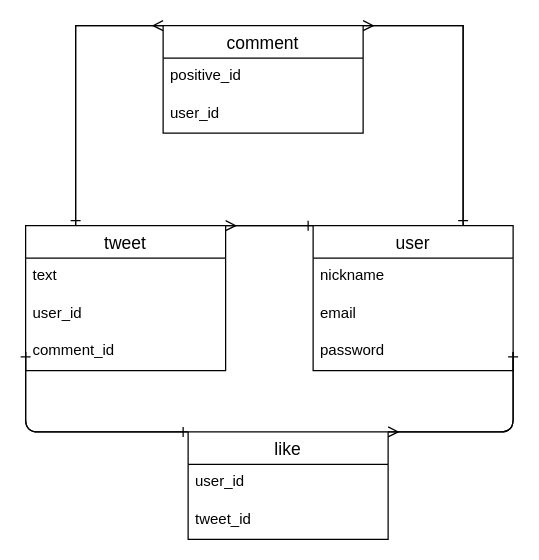
This is table.dio from oraiber/oriapp, a draw.io file, before an edit. Source tidied: cells renumbered, new cells numbered last; positions are measured from the earlier drawing's top-left corner, leaving out a move shared by most shapes. Both pictures are drawn from the tidied source at 125%, with x=0, y=0 at pixel (25, 25).
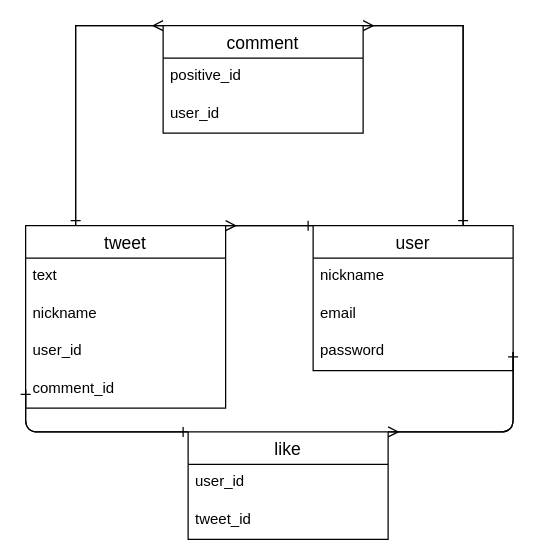
After the change.

Diff of the diagram source:
```diff
@@
     <mxCell id="8" value="tweet" style="swimlane;fontStyle=0;horizontal=1;startSize=26;align=center;fontSize=14;" parent="1" vertex="1">
-      <mxGeometry y="160" width="160" height="116" as="geometry" />
+      <mxGeometry y="160" width="160" height="146" as="geometry" />
     </mxCell>
@@
-    <mxCell id="10" value="user_id" style="text;strokeColor=none;fillColor=none;spacingLeft=4;spacingRight=4;overflow=hidden;fontSize=12;" parent="8" vertex="1">
+    <mxCell id="10" value="nickname" style="text;strokeColor=none;fillColor=none;spacingLeft=4;spacingRight=4;overflow=hidden;fontSize=12;" parent="8" vertex="1">
       <mxGeometry y="56" width="160" height="30" as="geometry" />
     </mxCell>
+    <mxCell id="26" value="user_id" style="text;strokeColor=none;fillColor=none;spacingLeft=4;spacingRight=4;overflow=hidden;fontSize=12;" parent="8" vertex="1">
+      <mxGeometry y="86" width="160" height="30" as="geometry" />
+    </mxCell>
     <mxCell id="11" value="comment_id" style="text;strokeColor=none;fillColor=none;spacingLeft=4;spacingRight=4;overflow=hidden;points=[[0,0.5],[1,0.5]];portConstraint=eastwest;fontSize=12;" parent="8" vertex="1">
-      <mxGeometry y="86" width="160" height="30" as="geometry" />
+      <mxGeometry y="116" width="160" height="30" as="geometry" />
     </mxCell>
```
